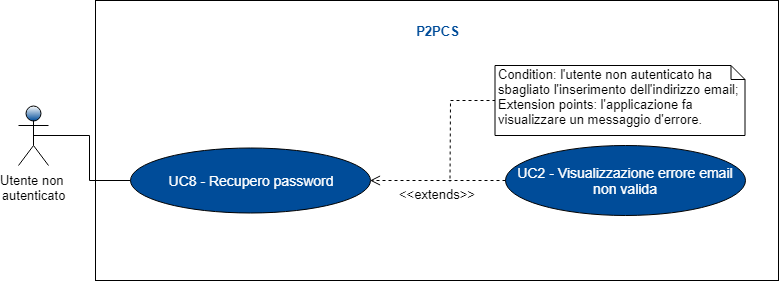
ZeusCode17/P2PCS keeps this draw.io diagram as RR/Esterni/Analisi_dei_requisiti/res/images/Schemagenerale3.png. Above is the earlier version. Source tidied: cells renumbered, new cells last; positions are measured from the earlier drawing's top-left corner, leaving out a move shared by most shapes.
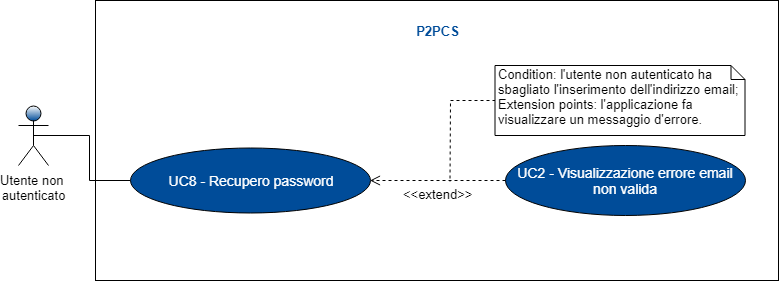
After the change.

Diff of the diagram source:
```diff
@@ -20,7 +20,7 @@
     <mxCell id="7" value="P2PCS" style="text;html=1;strokeColor=none;fillColor=none;align=center;verticalAlign=middle;whiteSpace=wrap;rounded=0;fontSize=13;fontStyle=1;fontColor=#004C99;" parent="1" vertex="1">
       <mxGeometry x="382.5" y="20" width="73" height="20" as="geometry" />
     </mxCell>
-    <mxCell id="8" value="&amp;lt;&amp;lt;extends&amp;gt;&amp;gt;" style="html=1;verticalAlign=top;endArrow=open;dashed=1;endSize=8;fontSize=13;fontColor=#000000;labelPosition=center;verticalLabelPosition=bottom;align=center;exitX=0;exitY=0.5;exitDx=0;exitDy=0;" parent="1" edge="1" source="6" target="5">
+    <mxCell id="8" value="&amp;lt;&amp;lt;extend&amp;gt;&amp;gt;" style="html=1;verticalAlign=top;endArrow=open;dashed=1;endSize=8;fontSize=13;fontColor=#000000;labelPosition=center;verticalLabelPosition=bottom;align=center;exitX=0;exitY=0.5;exitDx=0;exitDy=0;" parent="1" edge="1" source="6" target="5">
       <mxGeometry relative="1" as="geometry" />
     </mxCell>
     <mxCell id="9" style="edgeStyle=orthogonalEdgeStyle;rounded=0;jettySize=auto;html=1;exitX=0;exitY=0.5;exitDx=0;exitDy=0;exitPerimeter=0;dashed=1;endArrow=none;endFill=0;" parent="1" edge="1" source="10">
```
